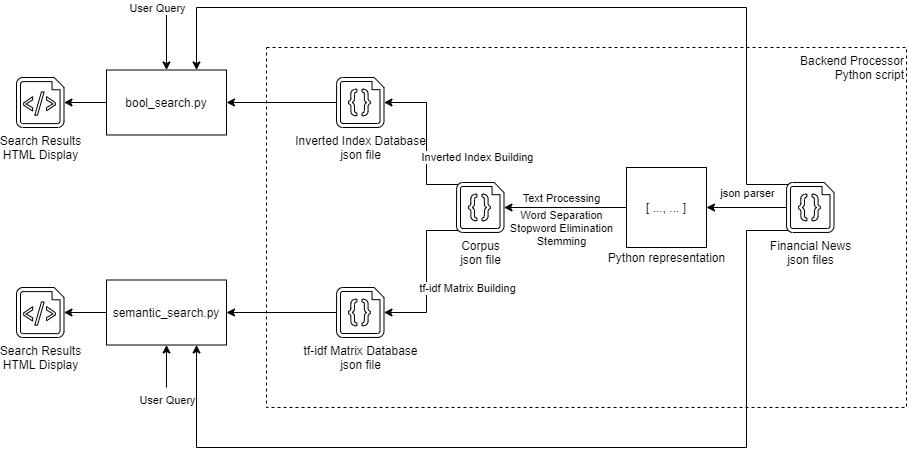
USTChorusWeb2021/Exp1 keeps this draw.io diagram as Arch.png. Above is the earlier version. Source tidied: cells renumbered, new cells last; positions are measured from the earlier drawing's top-left corner, leaving out a move shared by most shapes. Source of this version:
```xml
<mxGraphModel>
  <root>
    <mxCell id="0" />
    <mxCell id="1" parent="0" />
    <mxCell id="2" value="Backend Processor&lt;br&gt;Python script" style="whiteSpace=wrap;html=1;labelBackgroundColor=none;dashed=1;align=right;verticalAlign=top;" parent="1" vertex="1">
      <mxGeometry x="250" y="40" width="640" height="360" as="geometry" />
    </mxCell>
    <mxCell id="3" style="edgeStyle=orthogonalEdgeStyle;rounded=0;jettySize=auto;html=1;exitX=0;exitY=0.5;exitDx=0;exitDy=0;exitPerimeter=0;entryX=1;entryY=0.5;entryDx=0;entryDy=0;" parent="1" edge="1" source="7" target="11">
      <mxGeometry relative="1" as="geometry" />
    </mxCell>
    <mxCell id="4" value="json parser" style="edgeLabel;html=1;align=center;verticalAlign=middle;labelBackgroundColor=none;" parent="3" vertex="1">
      <mxGeometry x="-0.23" y="-1" relative="1" as="geometry">
        <mxPoint x="-9" y="-14" as="offset" />
      </mxGeometry>
    </mxCell>
    <mxCell id="5" style="edgeStyle=orthogonalEdgeStyle;rounded=0;jettySize=auto;html=1;exitX=0.04;exitY=0.04;exitDx=0;exitDy=0;exitPerimeter=0;entryX=0.75;entryY=0;entryDx=0;entryDy=0;" parent="1" edge="1" source="7" target="26">
      <mxGeometry relative="1" as="geometry">
        <Array as="points">
          <mxPoint x="730" y="177" />
          <mxPoint x="730" />
          <mxPoint x="180" />
        </Array>
      </mxGeometry>
    </mxCell>
    <mxCell id="6" style="edgeStyle=orthogonalEdgeStyle;rounded=0;jettySize=auto;html=1;exitX=0.04;exitY=0.96;exitDx=0;exitDy=0;exitPerimeter=0;entryX=0.75;entryY=1;entryDx=0;entryDy=0;" parent="1" edge="1" source="7" target="31">
      <mxGeometry relative="1" as="geometry">
        <Array as="points">
          <mxPoint x="730" y="223" />
          <mxPoint x="730" y="440" />
          <mxPoint x="180" y="440" />
        </Array>
      </mxGeometry>
    </mxCell>
    <mxCell id="7" value="Financial News&lt;br&gt;json files" style="verticalLabelPosition=bottom;html=1;verticalAlign=top;align=center;shape=mxgraph.azure.code_file;fillColor=#FFFFFF;" parent="1" vertex="1">
      <mxGeometry x="770" y="175" width="47.5" height="50" as="geometry" />
    </mxCell>
    <mxCell id="8" style="edgeStyle=orthogonalEdgeStyle;rounded=0;jettySize=auto;html=1;exitX=0;exitY=0.5;exitDx=0;exitDy=0;entryX=1;entryY=0.5;entryDx=0;entryDy=0;entryPerimeter=0;" parent="1" edge="1" source="11" target="17">
      <mxGeometry relative="1" as="geometry" />
    </mxCell>
    <mxCell id="9" value="Text Processing" style="edgeLabel;html=1;align=center;verticalAlign=middle;labelBackgroundColor=none;" parent="8" vertex="1">
      <mxGeometry x="0.3" y="1" relative="1" as="geometry">
        <mxPoint x="14" y="-11" as="offset" />
      </mxGeometry>
    </mxCell>
    <mxCell id="10" value="Word Separation&lt;br&gt;Stopword Elimination&lt;br&gt;Stemming" style="edgeLabel;html=1;align=center;verticalAlign=middle;labelBackgroundColor=none;" parent="8" vertex="1">
      <mxGeometry x="-0.28" y="4" relative="1" as="geometry">
        <mxPoint x="-22" y="16" as="offset" />
      </mxGeometry>
    </mxCell>
    <mxCell id="11" value="[ ..., ... ]" style="whiteSpace=wrap;html=1;" parent="1" vertex="1">
      <mxGeometry x="610" y="160" width="80" height="80" as="geometry" />
    </mxCell>
    <mxCell id="12" value="Python representation" style="text;html=1;align=center;verticalAlign=middle;strokeColor=none;" parent="1" vertex="1">
      <mxGeometry x="585" y="240" width="130" height="20" as="geometry" />
    </mxCell>
    <mxCell id="13" style="edgeStyle=orthogonalEdgeStyle;rounded=0;jettySize=auto;html=1;exitX=0.04;exitY=0.04;exitDx=0;exitDy=0;exitPerimeter=0;entryX=1;entryY=0.5;entryDx=0;entryDy=0;entryPerimeter=0;" parent="1" edge="1" source="17" target="19">
      <mxGeometry relative="1" as="geometry">
        <Array as="points">
          <mxPoint x="410" y="177" />
          <mxPoint x="410" y="95" />
        </Array>
      </mxGeometry>
    </mxCell>
    <mxCell id="14" value="Inverted Index Building" style="edgeLabel;html=1;align=center;verticalAlign=middle;" parent="13" vertex="1">
      <mxGeometry x="-0.27" y="-2" relative="1" as="geometry">
        <mxPoint x="48" y="-2" as="offset" />
      </mxGeometry>
    </mxCell>
    <mxCell id="15" style="edgeStyle=orthogonalEdgeStyle;rounded=0;jettySize=auto;html=1;exitX=0.04;exitY=0.96;exitDx=0;exitDy=0;exitPerimeter=0;entryX=1;entryY=0.5;entryDx=0;entryDy=0;entryPerimeter=0;" parent="1" edge="1" source="17" target="21">
      <mxGeometry relative="1" as="geometry">
        <Array as="points">
          <mxPoint x="410" y="223" />
          <mxPoint x="410" y="305" />
        </Array>
      </mxGeometry>
    </mxCell>
    <mxCell id="16" value="tf-idf Matrix Building" style="edgeLabel;html=1;align=center;verticalAlign=middle;" parent="15" vertex="1">
      <mxGeometry x="0.27" y="-1" relative="1" as="geometry">
        <mxPoint x="41" y="-10" as="offset" />
      </mxGeometry>
    </mxCell>
    <mxCell id="17" value="Corpus&lt;br&gt;json file" style="verticalLabelPosition=bottom;html=1;verticalAlign=top;align=center;shape=mxgraph.azure.code_file;fillColor=#FFFFFF;" parent="1" vertex="1">
      <mxGeometry x="440" y="175" width="47.5" height="50" as="geometry" />
    </mxCell>
    <mxCell id="18" style="edgeStyle=orthogonalEdgeStyle;rounded=0;jettySize=auto;html=1;exitX=0;exitY=0.5;exitDx=0;exitDy=0;exitPerimeter=0;entryX=1;entryY=0.5;entryDx=0;entryDy=0;" parent="1" edge="1" source="19" target="26">
      <mxGeometry relative="1" as="geometry" />
    </mxCell>
    <mxCell id="19" value="Inverted Index Database&lt;br&gt;json file" style="verticalLabelPosition=bottom;html=1;verticalAlign=top;align=center;shape=mxgraph.azure.code_file;fillColor=#FFFFFF;" parent="1" vertex="1">
      <mxGeometry x="320" y="70" width="47.5" height="50" as="geometry" />
    </mxCell>
    <mxCell id="20" style="edgeStyle=orthogonalEdgeStyle;rounded=0;jettySize=auto;html=1;exitX=0;exitY=0.5;exitDx=0;exitDy=0;exitPerimeter=0;entryX=1;entryY=0.5;entryDx=0;entryDy=0;" parent="1" edge="1" source="21" target="31">
      <mxGeometry relative="1" as="geometry" />
    </mxCell>
    <mxCell id="21" value="tf-idf Matrix Database&lt;br&gt;json file" style="verticalLabelPosition=bottom;html=1;verticalAlign=top;align=center;shape=mxgraph.azure.code_file;fillColor=#FFFFFF;" parent="1" vertex="1">
      <mxGeometry x="320" y="280" width="47.5" height="50" as="geometry" />
    </mxCell>
    <mxCell id="22" value="Search Results&lt;br&gt;HTML Display" style="verticalLabelPosition=bottom;html=1;verticalAlign=top;align=center;shape=mxgraph.azure.script_file;fillColor=#FFFFFF;" parent="1" vertex="1">
      <mxGeometry y="70" width="47.5" height="50" as="geometry" />
    </mxCell>
    <mxCell id="23" style="edgeStyle=orthogonalEdgeStyle;rounded=0;jettySize=auto;html=1;entryX=0.5;entryY=0;entryDx=0;entryDy=0;" parent="1" edge="1" target="26">
      <mxGeometry relative="1" as="geometry">
        <mxPoint x="150" as="sourcePoint" />
      </mxGeometry>
    </mxCell>
    <mxCell id="24" value="User Query" style="edgeLabel;html=1;align=center;verticalAlign=middle;" parent="23" vertex="1">
      <mxGeometry x="-0.8" relative="1" as="geometry">
        <mxPoint x="-10" y="-6" as="offset" />
      </mxGeometry>
    </mxCell>
    <mxCell id="25" style="edgeStyle=orthogonalEdgeStyle;rounded=0;jettySize=auto;html=1;exitX=0;exitY=0.5;exitDx=0;exitDy=0;entryX=1;entryY=0.5;entryDx=0;entryDy=0;entryPerimeter=0;" parent="1" edge="1" source="26" target="22">
      <mxGeometry relative="1" as="geometry" />
    </mxCell>
    <mxCell id="26" value="bool_search.py" style="whiteSpace=wrap;html=1;verticalAlign=middle;" parent="1" vertex="1">
      <mxGeometry x="90" y="62.5" width="120" height="65" as="geometry" />
    </mxCell>
    <mxCell id="27" value="Search Results&lt;br&gt;HTML Display" style="verticalLabelPosition=bottom;html=1;verticalAlign=top;align=center;shape=mxgraph.azure.script_file;fillColor=#FFFFFF;shadow=0;sketch=0;" parent="1" vertex="1">
      <mxGeometry y="280" width="47.5" height="50" as="geometry" />
    </mxCell>
    <mxCell id="28" style="edgeStyle=orthogonalEdgeStyle;rounded=0;jettySize=auto;html=1;entryX=0.5;entryY=1;entryDx=0;entryDy=0;" parent="1" edge="1" target="31">
      <mxGeometry relative="1" as="geometry">
        <mxPoint x="150" y="380" as="sourcePoint" />
      </mxGeometry>
    </mxCell>
    <mxCell id="29" value="User Query" style="edgeLabel;html=1;align=center;verticalAlign=middle;" parent="28" vertex="1">
      <mxGeometry x="-0.8" relative="1" as="geometry">
        <mxPoint y="16" as="offset" />
      </mxGeometry>
    </mxCell>
    <mxCell id="30" style="edgeStyle=orthogonalEdgeStyle;rounded=0;jettySize=auto;html=1;exitX=0;exitY=0.5;exitDx=0;exitDy=0;entryX=1;entryY=0.5;entryDx=0;entryDy=0;entryPerimeter=0;" parent="1" edge="1" source="31" target="27">
      <mxGeometry relative="1" as="geometry" />
    </mxCell>
    <mxCell id="31" value="semantic_search.py" style="whiteSpace=wrap;html=1;verticalAlign=middle;" parent="1" vertex="1">
      <mxGeometry x="90" y="272.5" width="120" height="65" as="geometry" />
    </mxCell>
  </root>
</mxGraphModel>
```
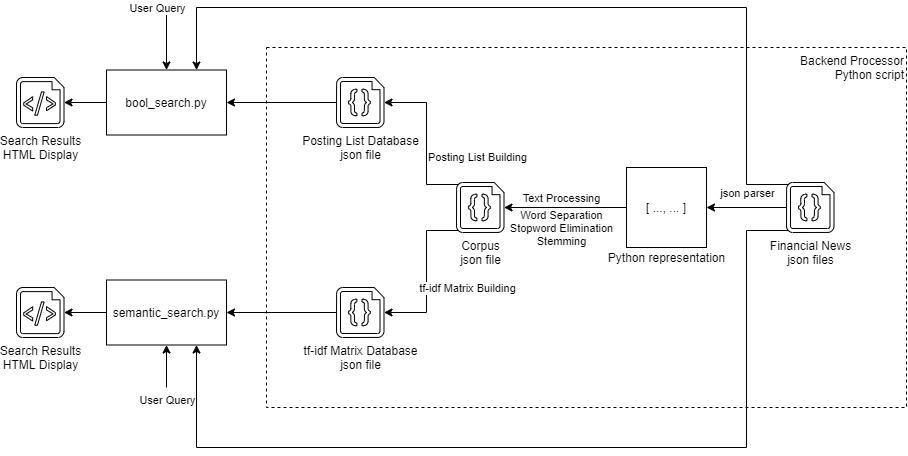
After the change.

Diff of the diagram source:
```diff
@@ -61,7 +61,7 @@
         </Array>
       </mxGeometry>
     </mxCell>
-    <mxCell id="14" value="Inverted Index Building" style="edgeLabel;html=1;align=center;verticalAlign=middle;" parent="13" vertex="1">
+    <mxCell id="14" value="Posting List Building" style="edgeLabel;html=1;align=center;verticalAlign=middle;" parent="13" vertex="1">
       <mxGeometry x="-0.27" y="-2" relative="1" as="geometry">
         <mxPoint x="48" y="-2" as="offset" />
       </mxGeometry>
@@ -85,7 +85,7 @@
     <mxCell id="18" style="edgeStyle=orthogonalEdgeStyle;rounded=0;jettySize=auto;html=1;exitX=0;exitY=0.5;exitDx=0;exitDy=0;exitPerimeter=0;entryX=1;entryY=0.5;entryDx=0;entryDy=0;" parent="1" edge="1" source="19" target="26">
       <mxGeometry relative="1" as="geometry" />
     </mxCell>
-    <mxCell id="19" value="Inverted Index Database&lt;br&gt;json file" style="verticalLabelPosition=bottom;html=1;verticalAlign=top;align=center;shape=mxgraph.azure.code_file;fillColor=#FFFFFF;" parent="1" vertex="1">
+    <mxCell id="19" value="Posting List Database&lt;br&gt;json file" style="verticalLabelPosition=bottom;html=1;verticalAlign=top;align=center;shape=mxgraph.azure.code_file;fillColor=#FFFFFF;" parent="1" vertex="1">
       <mxGeometry x="320" y="70" width="47.5" height="50" as="geometry" />
     </mxCell>
     <mxCell id="20" style="edgeStyle=orthogonalEdgeStyle;rounded=0;jettySize=auto;html=1;exitX=0;exitY=0.5;exitDx=0;exitDy=0;exitPerimeter=0;entryX=1;entryY=0.5;entryDx=0;entryDy=0;" parent="1" edge="1" source="21" target="31">
```
